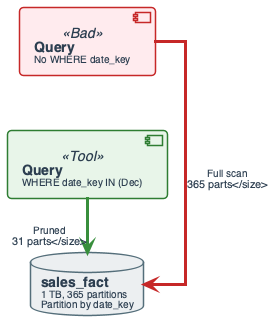
Above: diagrams/week05/week5_partition_pruning_cost.png in OrPerets/data-engineering-course (PlantUML), before the change.
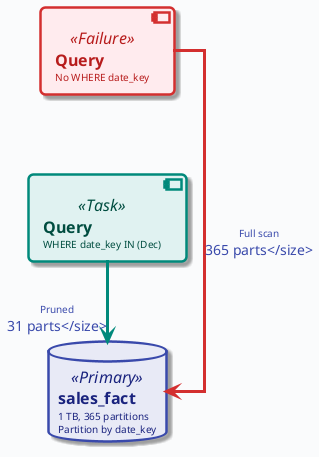
Later version of the same file.

What changed in the source:
```diff
@@ -1,51 +1,15 @@
 @startuml
 
+!include ../_template_styles.puml
+
 left to right direction
-skinparam linetype ortho
-skinparam shadowing false
-skinparam roundcorner 8
-skinparam handwritten false
-skinparam nodesep 55
-skinparam ranksep 50
 
-skinparam defaultFontName "Segoe UI, Helvetica, sans-serif"
-skinparam defaultFontSize 16
-skinparam defaultFontColor #2C3E50
+component "**Query**\n<size:10>No WHERE date_key</size>" as Q_BAD <<Failure>>
+component "**Query**\n<size:10>WHERE date_key IN (Dec)</size>" as Q_GOOD <<Task>>
 
-skinparam component {
-    BackgroundColor #FFFFFF
-    BorderColor #78909C
-    BorderThickness 1.5
-    FontSize 14
-    Padding 12
-}
-skinparam database {
-    BackgroundColor #ECEFF1
-    BorderColor #546E7A
-    BorderThickness 1.5
-    FontSize 14
-}
-skinparam arrow {
-    Color #607D8B
-    Thickness 2.5
-    FontSize 11
-}
+database "**sales_fact**\n<size:10>1 TB, 365 partitions</size>\n<size:10>Partition by date_key</size>" as FACT <<Primary>>
 
-skinparam component<<Bad>> {
-    BackgroundColor #FFEBEE
-    BorderColor #C62828
-}
-skinparam component<<Tool>> {
-    BackgroundColor #E8F5E9
-    BorderColor #2E7D32
-}
-
-component "**Query**\n<size:10>No WHERE date_key</size>" as Q_BAD <<Bad>>
-component "**Query**\n<size:10>WHERE date_key IN (Dec)</size>" as Q_GOOD <<Tool>>
-
-database "**sales_fact**\n<size:10>1 TB, 365 partitions</size>\n<size:10>Partition by date_key</size>" as FACT
-
-Q_BAD -right[#C62828,thickness=3]-> FACT : <size:10>Full scan\n365 parts</size>
-Q_GOOD -right[#388E3C,thickness=3]-> FACT : <size:10>Pruned\n31 parts</size>
+Q_BAD -right[#D32F2F,thickness=3]-> FACT : <size:10>Full scan\n365 parts</size>
+Q_GOOD -right[#00897B,thickness=3]-> FACT : <size:10>Pruned\n31 parts</size>
 
 @enduml
```
